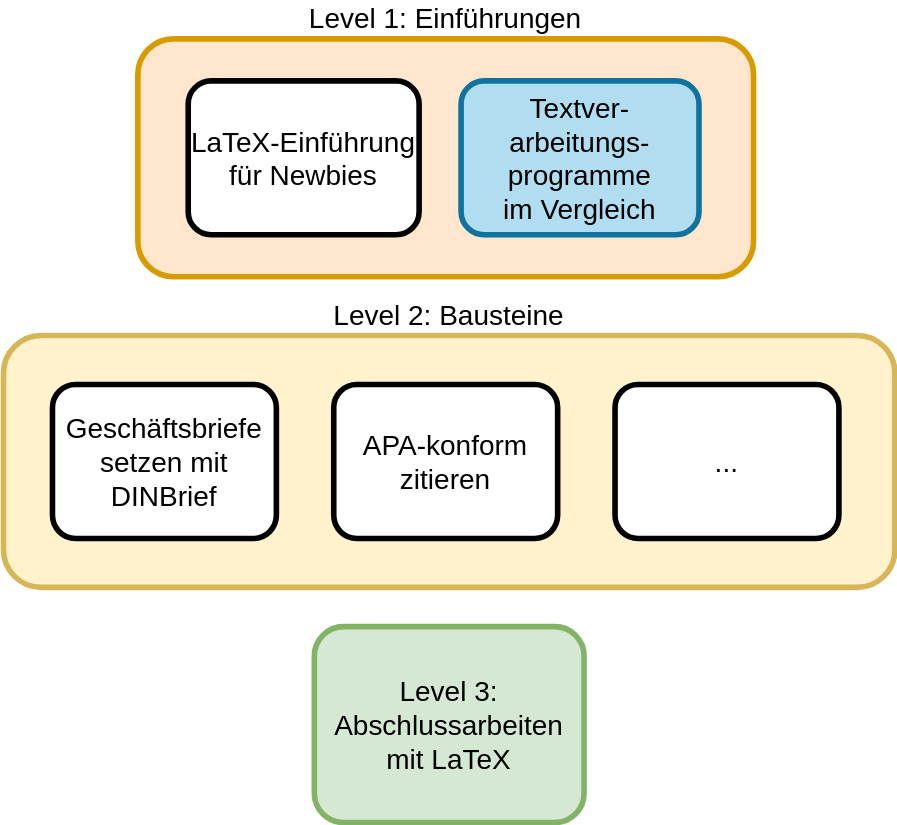
Earlier version of the draw.io export img/program.svg (wrznr/latex-modules-dinbrief). Source tidied: cells renumbered, new cells last; positions are measured from the earlier drawing's top-left corner, leaving out a move shared by most shapes. The source it was exported from:
```xml
<mxGraphModel>
  <root>
    <mxCell id="0" />
    <mxCell id="1" parent="0" />
    <mxCell id="2" value="Level 1: Einführungen" style="rounded=1;whiteSpace=wrap;html=1;align=center;verticalAlign=bottom;labelPosition=center;verticalLabelPosition=top;fontSize=20;strokeWidth=4;fillColor=#ffe6cc;strokeColor=#d79b00;" parent="1" vertex="1">
      <mxGeometry x="96" width="440" height="170" as="geometry" />
    </mxCell>
    <mxCell id="3" value="LaTeX-Einführung für Newbies" style="rounded=1;whiteSpace=wrap;html=1;strokeWidth=4;fontSize=20;" parent="1" vertex="1">
      <mxGeometry x="132" y="30" width="165" height="110" as="geometry" />
    </mxCell>
    <mxCell id="4" value="Textver-arbeitungs-programme&lt;br&gt;im Vergleich" style="rounded=1;whiteSpace=wrap;html=1;strokeWidth=4;fontSize=20;fillColor=#b1ddf0;strokeColor=#10739e;" parent="1" vertex="1">
      <mxGeometry x="327" y="30" width="170" height="110" as="geometry" />
    </mxCell>
    <mxCell id="5" value="Level 2: Bausteine" style="rounded=1;whiteSpace=wrap;html=1;strokeWidth=4;fillColor=#fff2cc;strokeColor=#d6b656;fontSize=20;verticalAlign=bottom;labelPosition=center;verticalLabelPosition=top;align=center;" parent="1" vertex="1">
      <mxGeometry y="212" width="637" height="180" as="geometry" />
    </mxCell>
    <mxCell id="6" value="Geschäftsbriefe setzen mit DINBrief" style="rounded=1;whiteSpace=wrap;html=1;strokeWidth=4;fontSize=20;verticalAlign=middle;labelPosition=center;verticalLabelPosition=middle;align=center;" parent="1" vertex="1">
      <mxGeometry x="35" y="247" width="160" height="110" as="geometry" />
    </mxCell>
    <mxCell id="7" value="APA-konform zitieren" style="rounded=1;whiteSpace=wrap;html=1;strokeWidth=4;fontSize=20;verticalAlign=middle;labelPosition=center;verticalLabelPosition=middle;align=center;" parent="1" vertex="1">
      <mxGeometry x="236" y="247" width="160" height="110" as="geometry" />
    </mxCell>
    <mxCell id="8" value="..." style="rounded=1;whiteSpace=wrap;html=1;strokeWidth=4;fontSize=20;verticalAlign=middle;labelPosition=center;verticalLabelPosition=middle;align=center;" parent="1" vertex="1">
      <mxGeometry x="437" y="247" width="160" height="110" as="geometry" />
    </mxCell>
    <mxCell id="9" value="Level 3: Abschlussarbeiten mit LaTeX" style="rounded=1;whiteSpace=wrap;html=1;align=center;verticalAlign=middle;labelPosition=center;verticalLabelPosition=middle;fontSize=20;strokeWidth=4;fillColor=#d5e8d4;strokeColor=#82b366;" parent="1" vertex="1">
      <mxGeometry x="222.1" y="420" width="192.8" height="140" as="geometry" />
    </mxCell>
  </root>
</mxGraphModel>
```
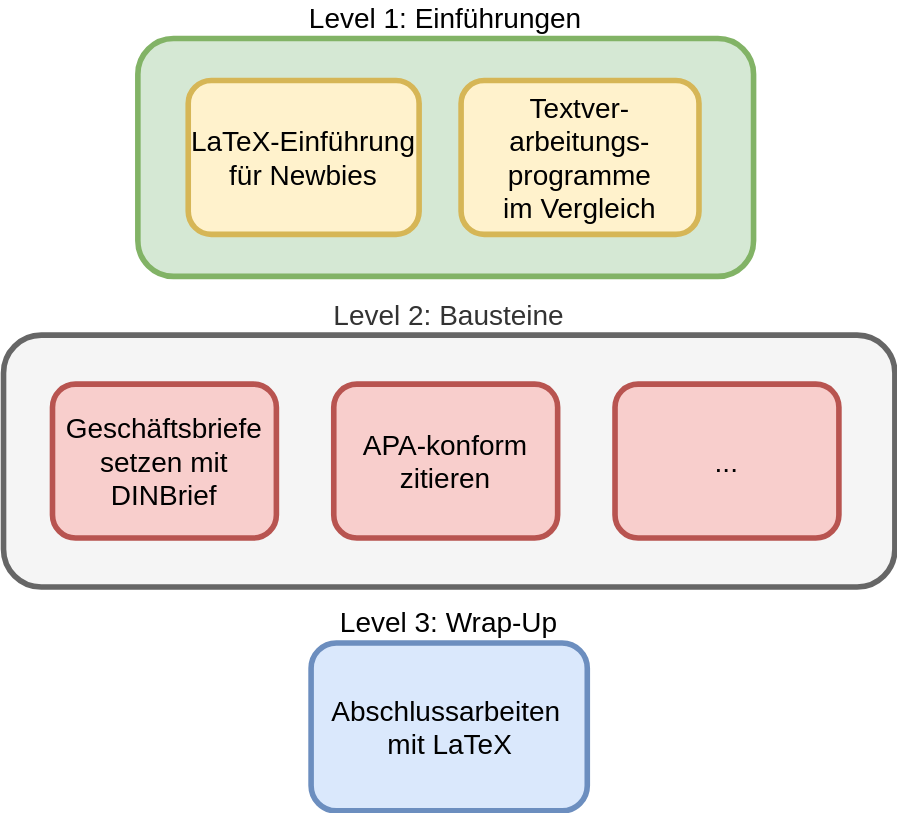
The same diagram one commit later.

Commit message:
Replace program img

The edit, as a diff of the source:
```diff
@@ -2,29 +2,32 @@
   <root>
     <mxCell id="0" />
     <mxCell id="1" parent="0" />
-    <mxCell id="2" value="Level 1: Einführungen" style="rounded=1;whiteSpace=wrap;html=1;align=center;verticalAlign=bottom;labelPosition=center;verticalLabelPosition=top;fontSize=20;strokeWidth=4;fillColor=#ffe6cc;strokeColor=#d79b00;" parent="1" vertex="1">
+    <mxCell id="2" value="Level 1: Einführungen" style="rounded=1;whiteSpace=wrap;html=1;align=center;verticalAlign=bottom;labelPosition=center;verticalLabelPosition=top;fontSize=20;strokeWidth=4;fillColor=#d5e8d4;strokeColor=#82b366;" parent="1" vertex="1">
       <mxGeometry x="96" width="440" height="170" as="geometry" />
     </mxCell>
-    <mxCell id="3" value="LaTeX-Einführung für Newbies" style="rounded=1;whiteSpace=wrap;html=1;strokeWidth=4;fontSize=20;" parent="1" vertex="1">
+    <mxCell id="3" value="LaTeX-Einführung für Newbies" style="rounded=1;whiteSpace=wrap;html=1;strokeWidth=4;fontSize=20;fillColor=#fff2cc;strokeColor=#d6b656;" parent="1" vertex="1">
       <mxGeometry x="132" y="30" width="165" height="110" as="geometry" />
     </mxCell>
-    <mxCell id="4" value="Textver-arbeitungs-programme&lt;br&gt;im Vergleich" style="rounded=1;whiteSpace=wrap;html=1;strokeWidth=4;fontSize=20;fillColor=#b1ddf0;strokeColor=#10739e;" parent="1" vertex="1">
+    <mxCell id="4" value="Textver-arbeitungs-programme&lt;br&gt;im Vergleich" style="rounded=1;whiteSpace=wrap;html=1;strokeWidth=4;fontSize=20;fillColor=#fff2cc;strokeColor=#d6b656;" parent="1" vertex="1">
       <mxGeometry x="327" y="30" width="170" height="110" as="geometry" />
     </mxCell>
-    <mxCell id="5" value="Level 2: Bausteine" style="rounded=1;whiteSpace=wrap;html=1;strokeWidth=4;fillColor=#fff2cc;strokeColor=#d6b656;fontSize=20;verticalAlign=bottom;labelPosition=center;verticalLabelPosition=top;align=center;" parent="1" vertex="1">
+    <mxCell id="5" value="Level 2: Bausteine" style="rounded=1;whiteSpace=wrap;html=1;strokeWidth=4;fillColor=#f5f5f5;strokeColor=#666666;fontSize=20;verticalAlign=bottom;labelPosition=center;verticalLabelPosition=top;align=center;fontColor=#333333;" parent="1" vertex="1">
       <mxGeometry y="212" width="637" height="180" as="geometry" />
     </mxCell>
-    <mxCell id="6" value="Geschäftsbriefe setzen mit DINBrief" style="rounded=1;whiteSpace=wrap;html=1;strokeWidth=4;fontSize=20;verticalAlign=middle;labelPosition=center;verticalLabelPosition=middle;align=center;" parent="1" vertex="1">
+    <mxCell id="6" value="Geschäftsbriefe setzen mit DINBrief" style="rounded=1;whiteSpace=wrap;html=1;strokeWidth=4;fontSize=20;verticalAlign=middle;labelPosition=center;verticalLabelPosition=middle;align=center;fillColor=#f8cecc;strokeColor=#b85450;" parent="1" vertex="1">
       <mxGeometry x="35" y="247" width="160" height="110" as="geometry" />
     </mxCell>
-    <mxCell id="7" value="APA-konform zitieren" style="rounded=1;whiteSpace=wrap;html=1;strokeWidth=4;fontSize=20;verticalAlign=middle;labelPosition=center;verticalLabelPosition=middle;align=center;" parent="1" vertex="1">
+    <mxCell id="7" value="APA-konform zitieren" style="rounded=1;whiteSpace=wrap;html=1;strokeWidth=4;fontSize=20;verticalAlign=middle;labelPosition=center;verticalLabelPosition=middle;align=center;fillColor=#f8cecc;strokeColor=#b85450;" parent="1" vertex="1">
       <mxGeometry x="236" y="247" width="160" height="110" as="geometry" />
     </mxCell>
-    <mxCell id="8" value="..." style="rounded=1;whiteSpace=wrap;html=1;strokeWidth=4;fontSize=20;verticalAlign=middle;labelPosition=center;verticalLabelPosition=middle;align=center;" parent="1" vertex="1">
+    <mxCell id="8" value="..." style="rounded=1;whiteSpace=wrap;html=1;strokeWidth=4;fontSize=20;verticalAlign=middle;labelPosition=center;verticalLabelPosition=middle;align=center;fillColor=#f8cecc;strokeColor=#b85450;" parent="1" vertex="1">
       <mxGeometry x="437" y="247" width="160" height="110" as="geometry" />
     </mxCell>
-    <mxCell id="9" value="Level 3: Abschlussarbeiten mit LaTeX" style="rounded=1;whiteSpace=wrap;html=1;align=center;verticalAlign=middle;labelPosition=center;verticalLabelPosition=middle;fontSize=20;strokeWidth=4;fillColor=#d5e8d4;strokeColor=#82b366;" parent="1" vertex="1">
-      <mxGeometry x="222.1" y="420" width="192.8" height="140" as="geometry" />
+    <mxCell id="9" value="Level 3: Wrap-Up" style="rounded=1;whiteSpace=wrap;html=1;align=center;verticalAlign=bottom;labelPosition=center;verticalLabelPosition=top;fontSize=20;strokeWidth=4;fillColor=#dae8fc;strokeColor=#6c8ebf;" parent="1" vertex="1">
+      <mxGeometry x="219.8" y="432" width="197.4" height="120" as="geometry" />
     </mxCell>
+    <mxCell id="10" value="Abschlussarbeiten&lt;br&gt;&amp;nbsp;mit LaTeX" style="text;strokeColor=none;fillColor=none;html=1;fontSize=20;fontStyle=0;verticalAlign=middle;align=center;" parent="1" vertex="1">
+      <mxGeometry x="266.2" y="472" width="100" height="40" as="geometry" />
+    </mxCell>
   </root>
 </mxGraphModel>
```
